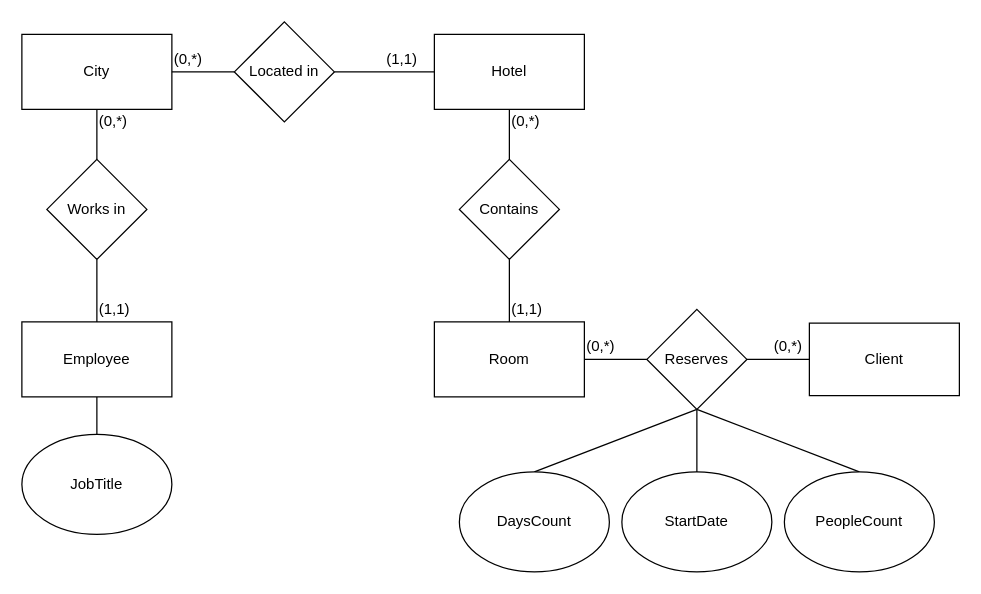
devtot0/FundamentalsOfDatabases keeps this draw.io diagram as Task1/Task1.drawio. Above is the earlier version. Source tidied: cells renumbered, new cells numbered last; positions are measured from the earlier drawing's top-left corner, leaving out a move shared by most shapes. Both pictures are drawn from the tidied source at 125%, with x=0, y=0 at pixel (21, 21).
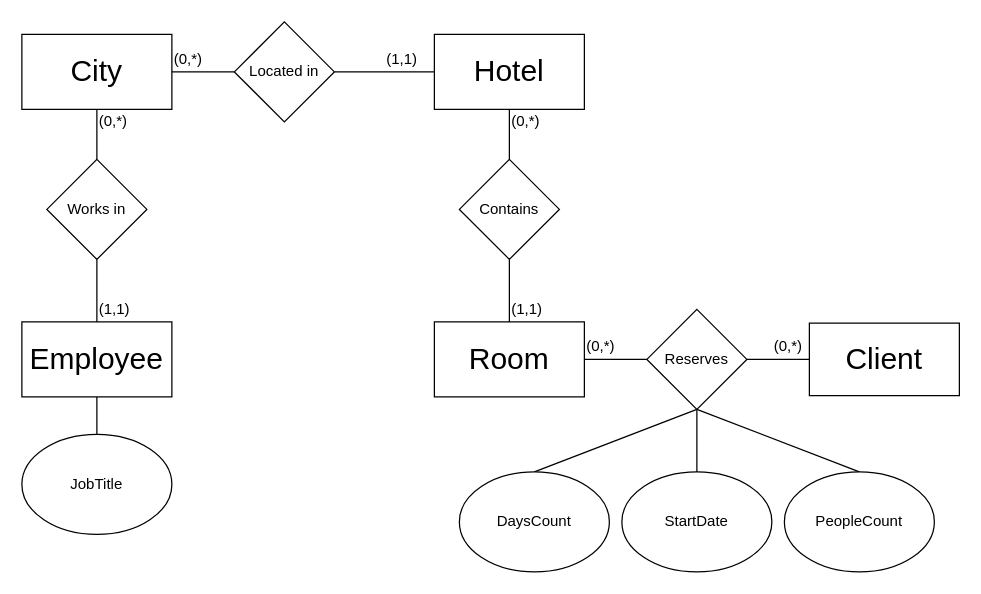
The same diagram, later.

Change to the diagram source:
```diff
@@
-    <mxCell id="2" value="Hotel&lt;br&gt;" style="rounded=0;whiteSpace=wrap;html=1;" parent="1" vertex="1">
+    <mxCell id="2" value="&lt;font style=&quot;font-size: 24px&quot;&gt;Hotel&lt;br&gt;&lt;/font&gt;" style="rounded=0;whiteSpace=wrap;html=1;" parent="1" vertex="1">
       <mxGeometry x="330" y="10" width="120" height="60" as="geometry" />
     </mxCell>
-    <mxCell id="3" value="Employee&lt;br&gt;" style="rounded=0;whiteSpace=wrap;html=1;" parent="1" vertex="1">
+    <mxCell id="3" value="&lt;font style=&quot;font-size: 24px&quot;&gt;Employee&lt;br&gt;&lt;/font&gt;" style="rounded=0;whiteSpace=wrap;html=1;" parent="1" vertex="1">
       <mxGeometry y="240" width="120" height="60" as="geometry" />
     </mxCell>
@@
-    <mxCell id="6" value="Room" style="rounded=0;whiteSpace=wrap;html=1;" parent="1" vertex="1">
+    <mxCell id="6" value="&lt;font style=&quot;font-size: 24px&quot;&gt;Room&lt;/font&gt;" style="rounded=0;whiteSpace=wrap;html=1;" parent="1" vertex="1">
       <mxGeometry x="330" y="240" width="120" height="60" as="geometry" />
     </mxCell>
-    <mxCell id="7" value="Client&lt;br&gt;" style="rounded=0;whiteSpace=wrap;html=1;" parent="1" vertex="1">
+    <mxCell id="7" value="&lt;font style=&quot;font-size: 24px&quot;&gt;Client&lt;br&gt;&lt;/font&gt;" style="rounded=0;whiteSpace=wrap;html=1;" parent="1" vertex="1">
       <mxGeometry x="630" y="241" width="120" height="58" as="geometry" />
     </mxCell>
@@
-    <mxCell id="14" value="City&lt;br&gt;" style="rounded=0;whiteSpace=wrap;html=1;" parent="1" vertex="1">
+    <mxCell id="14" value="&lt;font style=&quot;font-size: 24px&quot;&gt;City&lt;br&gt;&lt;/font&gt;" style="rounded=0;whiteSpace=wrap;html=1;" parent="1" vertex="1">
       <mxGeometry y="10" width="120" height="60" as="geometry" />
     </mxCell>
```
